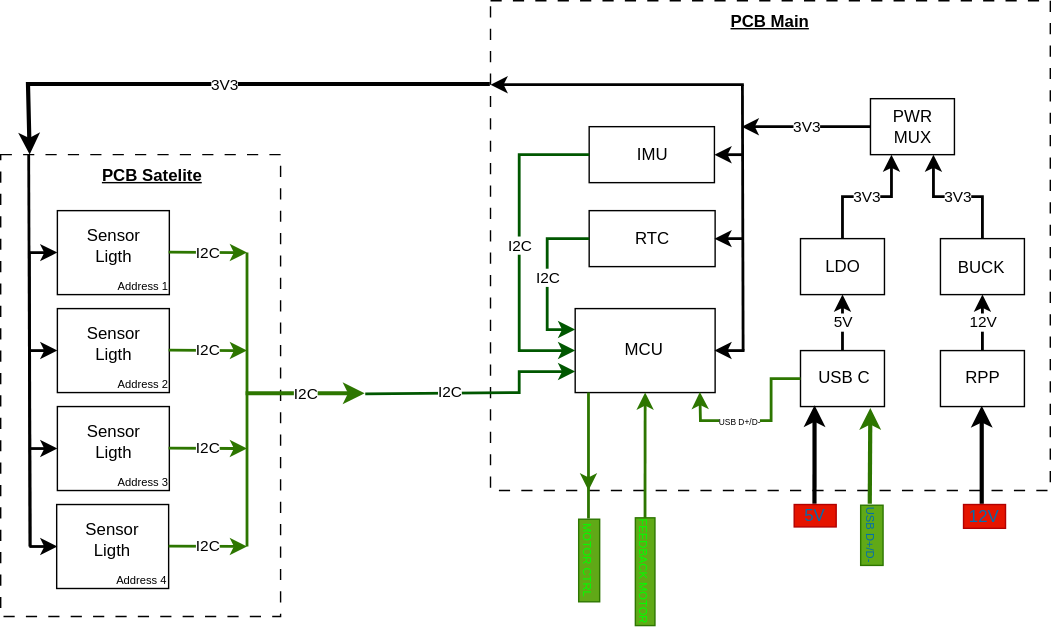
Before: Hardware/Esquematico General.svg, a diagram exported from draw.io (TobiasDecoud/Solar-Tracking-System). Source tidied: cells renumbered, new cells last; positions are measured from the earlier drawing's top-left corner, leaving out a move shared by most shapes.
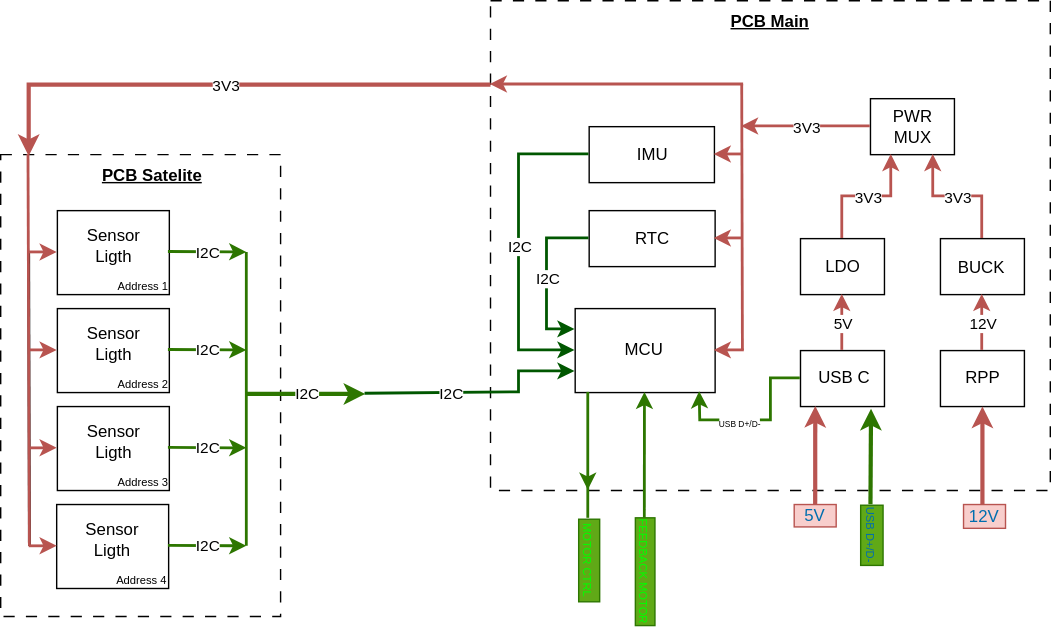
Above is the later version.

Change to the diagram source:
```diff
@@ -104,24 +104,24 @@
         <mxPoint x="20.5" y="180" as="targetPoint" />
       </mxGeometry>
     </mxCell>
-    <mxCell id="29" style="endArrow=classic;html=1;rounded=0;entryX=0;entryY=0.5;entryDx=0;entryDy=0;strokeColor=light-dark(#000000,#CC0000);strokeWidth=2;" parent="1" edge="1" target="5">
+    <mxCell id="29" style="endArrow=classic;html=1;rounded=0;entryX=0;entryY=0.5;entryDx=0;entryDy=0;strokeColor=#b85450;strokeWidth=2;fillColor=#f8cecc;" parent="1" edge="1" target="5">
       <mxGeometry relative="1" as="geometry">
         <mxPoint x="19.5" y="180" as="sourcePoint" />
       </mxGeometry>
     </mxCell>
-    <mxCell id="30" style="endArrow=classic;html=1;rounded=0;strokeColor=light-dark(#000000,#CC0000);strokeWidth=2;" parent="1" edge="1">
+    <mxCell id="30" style="endArrow=classic;html=1;rounded=0;strokeColor=#b85450;strokeWidth=2;fillColor=#f8cecc;" parent="1" edge="1">
       <mxGeometry relative="1" as="geometry">
         <mxPoint x="20.5" y="250" as="sourcePoint" />
         <mxPoint x="40.5" y="250" as="targetPoint" />
       </mxGeometry>
     </mxCell>
-    <mxCell id="31" style="endArrow=classic;html=1;rounded=0;strokeColor=light-dark(#000000,#CC0000);strokeWidth=2;" parent="1" edge="1">
+    <mxCell id="31" style="endArrow=classic;html=1;rounded=0;strokeColor=#b85450;strokeWidth=2;fillColor=#f8cecc;" parent="1" edge="1">
       <mxGeometry relative="1" as="geometry">
         <mxPoint x="20.5" y="320" as="sourcePoint" />
         <mxPoint x="40.5" y="320" as="targetPoint" />
       </mxGeometry>
     </mxCell>
-    <mxCell id="32" style="endArrow=classic;html=1;rounded=0;strokeColor=light-dark(#000000,#CC0000);strokeWidth=2;" parent="1" edge="1">
+    <mxCell id="32" style="endArrow=classic;html=1;rounded=0;strokeColor=#b85450;strokeWidth=2;fillColor=#f8cecc;" parent="1" edge="1">
       <mxGeometry relative="1" as="geometry">
         <mxPoint x="20.5" y="390" as="sourcePoint" />
         <mxPoint x="40.5" y="390" as="targetPoint" />
@@ -202,21 +202,21 @@
     <mxCell id="57" value="USB C" style="text;html=1;whiteSpace=wrap;strokeColor=none;fillColor=none;align=center;verticalAlign=middle;rounded=0;" parent="54" vertex="1">
       <mxGeometry x="1" y="5" width="60" height="30" as="geometry" />
     </mxCell>
-    <mxCell id="58" style="endArrow=classic;html=1;rounded=0;entryX=0.5;entryY=1;entryDx=0;entryDy=0;strokeWidth=3;strokeColor=light-dark(#000000,#CC0000);" parent="1" edge="1" target="37">
+    <mxCell id="58" style="endArrow=classic;html=1;rounded=0;entryX=0.5;entryY=1;entryDx=0;entryDy=0;strokeWidth=3;strokeColor=#b85450;fillColor=#f8cecc;" parent="1" edge="1" target="37">
       <mxGeometry relative="1" as="geometry">
         <mxPoint x="701.5" y="360" as="sourcePoint" />
       </mxGeometry>
     </mxCell>
-    <mxCell id="59" value="&lt;font style=&quot;color: light-dark(rgb(0, 110, 175), rgb(255, 0, 0));&quot;&gt;12V&lt;/font&gt;" style="text;html=1;whiteSpace=wrap;strokeColor=#B20000;fillColor=#e51400;align=center;verticalAlign=middle;rounded=0;fontColor=#ffffff;" parent="1" vertex="1">
+    <mxCell id="59" value="&lt;font style=&quot;color: light-dark(rgb(0, 110, 175), rgb(255, 0, 0));&quot;&gt;12V&lt;/font&gt;" style="text;html=1;whiteSpace=wrap;strokeColor=#b85450;fillColor=#f8cecc;align=center;verticalAlign=middle;rounded=0;" parent="1" vertex="1">
       <mxGeometry x="688" y="360" width="30" height="17" as="geometry" />
     </mxCell>
-    <mxCell id="60" style="endArrow=classic;html=1;rounded=0;entryX=0.5;entryY=1;entryDx=0;entryDy=0;exitX=0.5;exitY=0;exitDx=0;exitDy=0;strokeColor=light-dark(#000000,#FF0000);strokeWidth=2;" parent="1" edge="1" source="37" target="34">
+    <mxCell id="60" style="endArrow=classic;html=1;rounded=0;entryX=0.5;entryY=1;entryDx=0;entryDy=0;exitX=0.5;exitY=0;exitDx=0;exitDy=0;strokeColor=#b85450;strokeWidth=2;fillColor=#f8cecc;" parent="1" edge="1" source="37" target="34">
       <mxGeometry relative="1" as="geometry" />
     </mxCell>
     <mxCell id="61" value="&lt;font style=&quot;color: light-dark(rgb(0, 0, 0), rgb(255, 0, 0));&quot;&gt;12V&lt;/font&gt;" style="edgeLabel;html=1;align=center;verticalAlign=middle;" parent="60" vertex="1">
       <mxGeometry relative="1" as="geometry" />
     </mxCell>
-    <mxCell id="62" style="endArrow=classic;html=1;rounded=0;entryX=0.25;entryY=1;entryDx=0;entryDy=0;exitX=0.5;exitY=0;exitDx=0;exitDy=0;strokeColor=light-dark(#000000,#FF0000);strokeWidth=2;curved=0;" parent="1" edge="1" target="43">
+    <mxCell id="62" style="endArrow=classic;html=1;rounded=0;entryX=0.25;entryY=1;entryDx=0;entryDy=0;exitX=0.5;exitY=0;exitDx=0;exitDy=0;strokeColor=#b85450;strokeWidth=2;curved=0;fillColor=#f8cecc;" parent="1" edge="1" target="43">
       <mxGeometry relative="1" as="geometry">
         <mxPoint x="601.5" y="170" as="sourcePoint" />
         <Array as="points">
@@ -228,21 +228,21 @@
     <mxCell id="63" value="&lt;font style=&quot;color: light-dark(rgb(0, 0, 0), rgb(255, 0, 0));&quot;&gt;3V3&lt;/font&gt;" style="edgeLabel;html=1;align=center;verticalAlign=middle;" parent="62" vertex="1">
       <mxGeometry relative="1" as="geometry" />
     </mxCell>
-    <mxCell id="64" style="endArrow=classic;html=1;rounded=0;strokeWidth=3;strokeColor=light-dark(#000000,#CC0000);entryX=0.176;entryY=0.988;entryDx=0;entryDy=0;entryPerimeter=0;" parent="1" edge="1" target="56">
+    <mxCell id="64" style="endArrow=classic;html=1;rounded=0;strokeWidth=3;strokeColor=#b85450;entryX=0.176;entryY=0.988;entryDx=0;entryDy=0;entryPerimeter=0;fillColor=#f8cecc;" parent="1" edge="1" target="56">
       <mxGeometry relative="1" as="geometry">
         <mxPoint x="582" y="360" as="sourcePoint" />
       </mxGeometry>
     </mxCell>
-    <mxCell id="65" value="&lt;font style=&quot;color: light-dark(rgb(0, 110, 175), rgb(255, 0, 0));&quot;&gt;5V&lt;/font&gt;" style="text;html=1;whiteSpace=wrap;strokeColor=#B20000;fillColor=#e51400;align=center;verticalAlign=middle;rounded=0;fontColor=#ffffff;" parent="1" vertex="1">
+    <mxCell id="65" value="&lt;font style=&quot;color: light-dark(rgb(0, 110, 175), rgb(255, 0, 0));&quot;&gt;5V&lt;/font&gt;" style="text;html=1;whiteSpace=wrap;strokeColor=#b85450;fillColor=#f8cecc;align=center;verticalAlign=middle;rounded=0;" parent="1" vertex="1">
       <mxGeometry x="567" y="360" width="30" height="16" as="geometry" />
     </mxCell>
-    <mxCell id="66" style="endArrow=classic;html=1;rounded=0;entryX=0.5;entryY=1;entryDx=0;entryDy=0;exitX=0.5;exitY=0;exitDx=0;exitDy=0;strokeColor=light-dark(#000000,#FF0000);strokeWidth=2;" parent="1" edge="1" source="56" target="40">
+    <mxCell id="66" style="endArrow=classic;html=1;rounded=0;entryX=0.5;entryY=1;entryDx=0;entryDy=0;exitX=0.5;exitY=0;exitDx=0;exitDy=0;strokeColor=#b85450;strokeWidth=2;fillColor=#f8cecc;" parent="1" edge="1" source="56" target="40">
       <mxGeometry relative="1" as="geometry" />
     </mxCell>
     <mxCell id="67" value="&lt;font style=&quot;color: light-dark(rgb(0, 0, 0), rgb(255, 0, 0));&quot;&gt;5V&lt;/font&gt;" style="edgeLabel;html=1;align=center;verticalAlign=middle;" parent="66" vertex="1">
       <mxGeometry relative="1" as="geometry" />
     </mxCell>
-    <mxCell id="68" style="endArrow=classic;html=1;rounded=0;entryX=0.75;entryY=1;entryDx=0;entryDy=0;exitX=0.5;exitY=0;exitDx=0;exitDy=0;strokeColor=light-dark(#000000,#FF0000);strokeWidth=2;" parent="1" edge="1" target="43">
+    <mxCell id="68" style="endArrow=classic;html=1;rounded=0;entryX=0.75;entryY=1;entryDx=0;entryDy=0;exitX=0.5;exitY=0;exitDx=0;exitDy=0;strokeColor=#b85450;strokeWidth=2;fillColor=#f8cecc;" parent="1" edge="1" target="43">
       <mxGeometry relative="1" as="geometry">
         <mxPoint x="701.5" y="170" as="sourcePoint" />
         <Array as="points">
@@ -262,13 +262,13 @@
     <mxCell id="71" value="&lt;font style=&quot;color: light-dark(rgb(0, 110, 175), rgb(0, 255, 0)); font-size: 8px;&quot;&gt;USB D+/D-&lt;/font&gt;" style="text;html=1;whiteSpace=wrap;strokeColor=#2D7600;fillColor=#60a917;align=center;verticalAlign=middle;rounded=0;rotation=90;fontColor=#ffffff;" parent="1" vertex="1">
       <mxGeometry x="601" y="374" width="43" height="16" as="geometry" />
     </mxCell>
-    <mxCell id="72" style="endArrow=none;html=1;rounded=0;strokeColor=light-dark(#000000,#FF0000);strokeWidth=2;" parent="1" edge="1">
+    <mxCell id="72" style="endArrow=none;html=1;rounded=0;strokeColor=#b85450;strokeWidth=2;fillColor=#f8cecc;" parent="1" edge="1">
       <mxGeometry relative="1" as="geometry">
         <mxPoint x="530" y="60" as="sourcePoint" />
         <mxPoint x="530.5" y="250" as="targetPoint" />
       </mxGeometry>
     </mxCell>
-    <mxCell id="73" style="endArrow=classic;html=1;rounded=0;strokeColor=light-dark(#000000,#FF0000);strokeWidth=2;" parent="1" edge="1">
+    <mxCell id="73" style="endArrow=classic;html=1;rounded=0;strokeColor=#b85450;strokeWidth=2;fillColor=#f8cecc;" parent="1" edge="1">
       <mxGeometry relative="1" as="geometry">
         <mxPoint x="621.5" y="90" as="sourcePoint" />
         <mxPoint x="529.5" y="90" as="targetPoint" />
@@ -277,19 +277,19 @@
     <mxCell id="74" value="&lt;font style=&quot;color: light-dark(rgb(0, 0, 0), rgb(255, 0, 0));&quot;&gt;3V3&lt;/font&gt;" style="edgeLabel;html=1;align=center;verticalAlign=middle;" parent="73" vertex="1">
       <mxGeometry relative="1" as="geometry" />
     </mxCell>
-    <mxCell id="75" style="endArrow=classic;html=1;rounded=0;strokeWidth=2;strokeColor=light-dark(#000000,#FF0000);" parent="1" edge="1">
+    <mxCell id="75" style="endArrow=classic;html=1;rounded=0;strokeWidth=2;strokeColor=#b85450;fillColor=#f8cecc;" parent="1" edge="1">
       <mxGeometry relative="1" as="geometry">
         <mxPoint x="530.5" y="110" as="sourcePoint" />
         <mxPoint x="510" y="110" as="targetPoint" />
       </mxGeometry>
     </mxCell>
-    <mxCell id="76" style="endArrow=classic;html=1;rounded=0;strokeWidth=2;strokeColor=light-dark(#000000,#FF0000);" parent="1" edge="1">
+    <mxCell id="76" style="endArrow=classic;html=1;rounded=0;strokeWidth=2;strokeColor=#b85450;fillColor=#f8cecc;" parent="1" edge="1">
       <mxGeometry relative="1" as="geometry">
         <mxPoint x="530.5" y="170" as="sourcePoint" />
         <mxPoint x="510" y="170" as="targetPoint" />
       </mxGeometry>
     </mxCell>
-    <mxCell id="77" style="endArrow=classic;html=1;rounded=0;strokeWidth=2;strokeColor=light-dark(#000000,#FF0000);" parent="1" edge="1">
+    <mxCell id="77" style="endArrow=classic;html=1;rounded=0;strokeWidth=2;strokeColor=#b85450;fillColor=#f8cecc;" parent="1" edge="1">
       <mxGeometry relative="1" as="geometry">
         <mxPoint x="531.5" y="250" as="sourcePoint" />
         <mxPoint x="510" y="250" as="targetPoint" />
@@ -349,19 +349,19 @@
     <mxCell id="86" value="&lt;u&gt;&lt;b&gt;PCB Main&lt;/b&gt;&lt;/u&gt;" style="text;html=1;whiteSpace=wrap;strokeColor=none;fillColor=none;align=center;verticalAlign=middle;rounded=0;" parent="1" vertex="1">
       <mxGeometry x="520" width="60" height="30" as="geometry" />
     </mxCell>
-    <mxCell id="87" style="endArrow=none;html=1;rounded=0;strokeColor=light-dark(#000000,#CC0000);strokeWidth=2;" parent="1" edge="1">
+    <mxCell id="87" style="endArrow=none;html=1;rounded=0;strokeColor=#b85450;strokeWidth=2;fillColor=#f8cecc;" parent="1" edge="1">
       <mxGeometry relative="1" as="geometry">
         <mxPoint x="21" y="390" as="sourcePoint" />
         <mxPoint x="20" y="110" as="targetPoint" />
       </mxGeometry>
     </mxCell>
-    <mxCell id="88" style="endArrow=classic;html=1;rounded=0;strokeWidth=2;strokeColor=light-dark(#000000,#FF0000);" parent="1" edge="1">
+    <mxCell id="88" style="endArrow=classic;html=1;rounded=0;strokeWidth=2;strokeColor=#b85450;fillColor=#f8cecc;" parent="1" edge="1">
       <mxGeometry relative="1" as="geometry">
         <mxPoint x="531" y="60" as="sourcePoint" />
         <mxPoint x="350" y="60" as="targetPoint" />
       </mxGeometry>
     </mxCell>
-    <mxCell id="89" style="endArrow=classic;html=1;rounded=0;entryX=0.106;entryY=0.001;entryDx=0;entryDy=0;entryPerimeter=0;strokeWidth=3;strokeColor=light-dark(#000000,#FF0000);" parent="1" edge="1" target="2">
+    <mxCell id="89" style="endArrow=classic;html=1;rounded=0;entryX=0.1;entryY=0.003;entryDx=0;entryDy=0;entryPerimeter=0;strokeWidth=3;strokeColor=#b85450;fillColor=#f8cecc;" parent="1" edge="1" target="2">
       <mxGeometry relative="1" as="geometry">
         <mxPoint x="350" y="60" as="sourcePoint" />
         <Array as="points">
```
